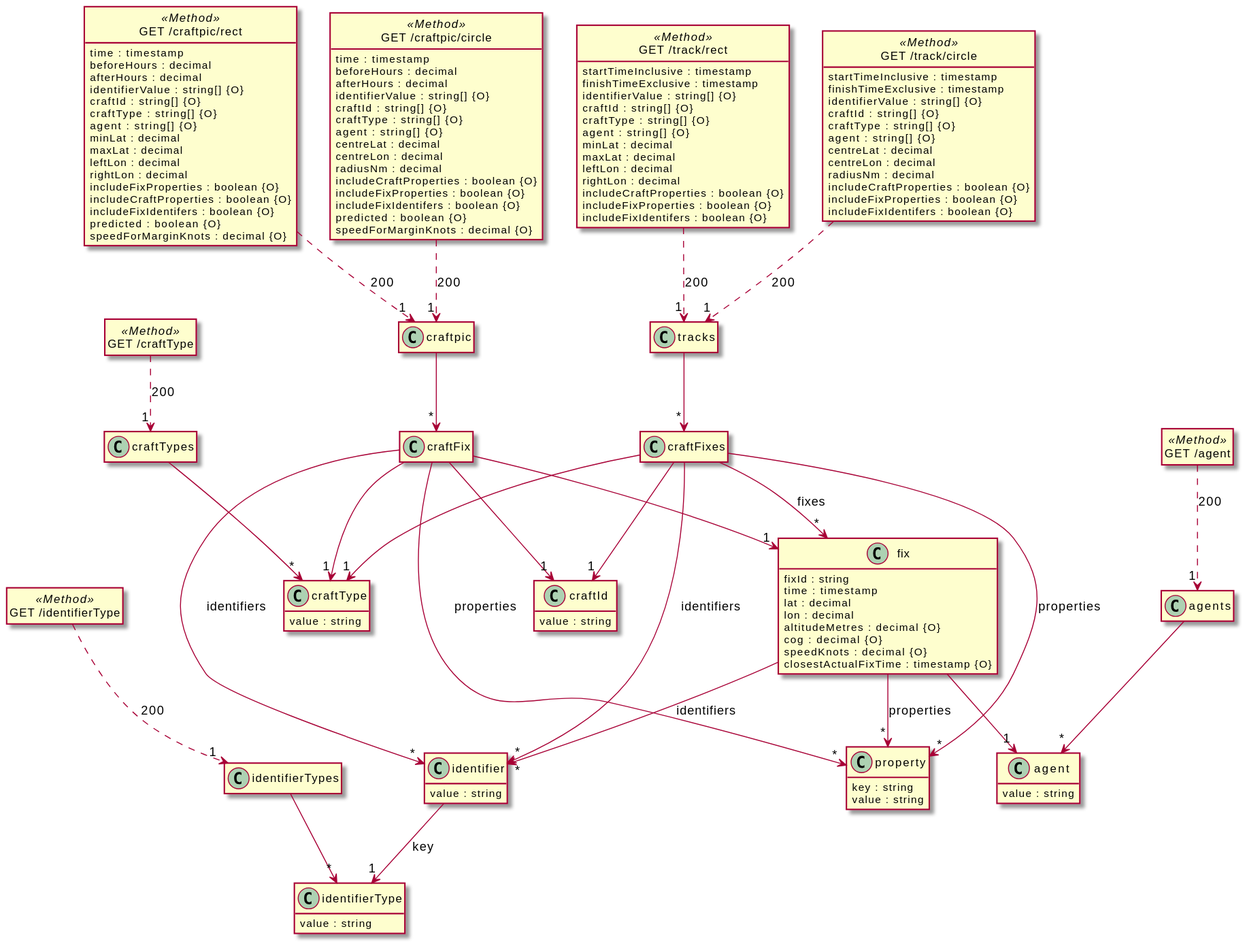
Before: src/docs/openapi-example.svg, a diagram exported from PlantUML (davidmoten/openapi-to-plantuml).
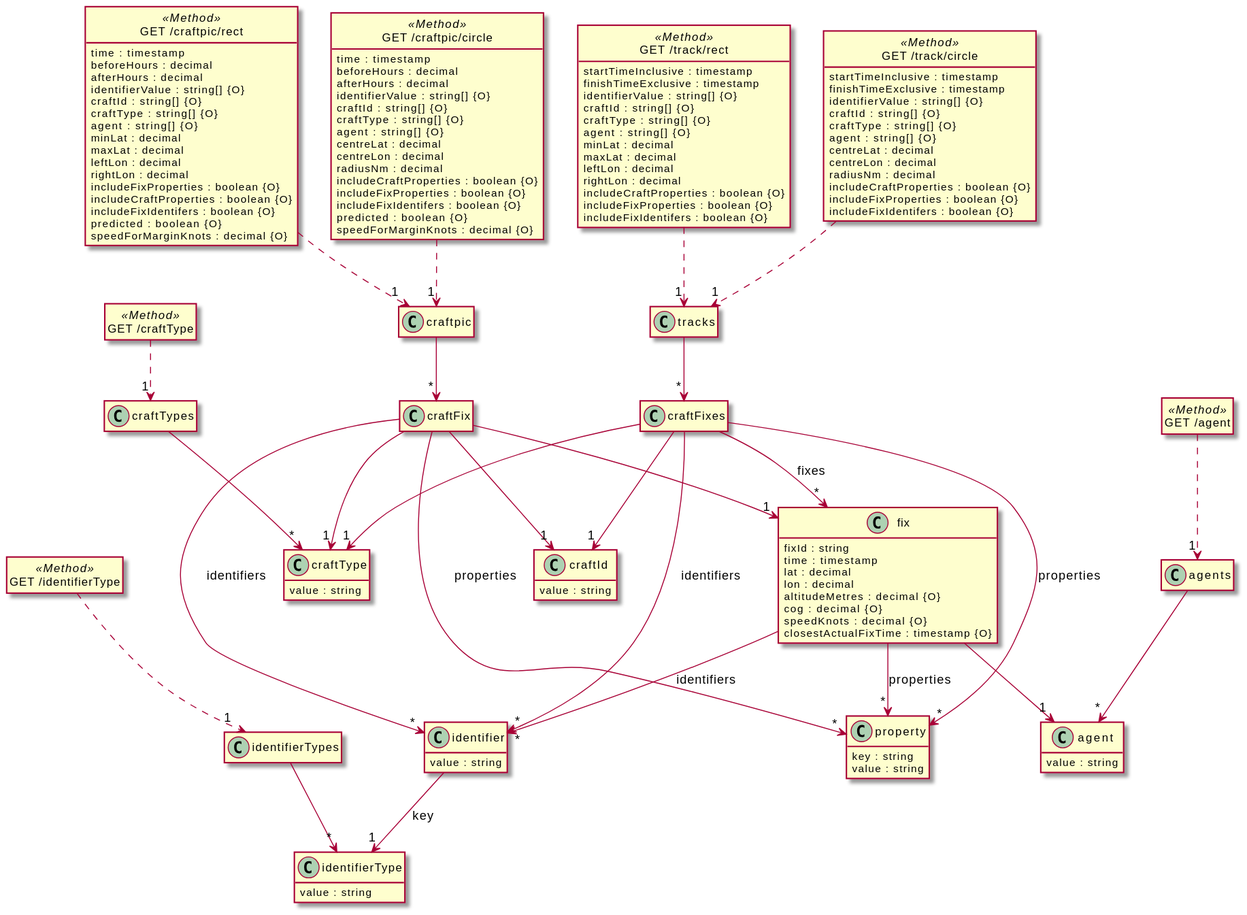
After the commit.

What changed in the source:
```diff
@@ -176,18 +176,18 @@
 
 "fix" --> "*" "identifier" : "identifiers"
 
-"GET /agent" ..> "1" "agents" : "200"
+"GET /agent" ..> "1" "agents"
 
-"GET /craftType" ..> "1" "craftTypes" : "200"
+"GET /craftType" ..> "1" "craftTypes"
 
-"GET /identifierType" ..> "1" "identifierTypes" : "200"
+"GET /identifierType" ..> "1" "identifierTypes"
 
-"GET /track/rect" ..> "1" "tracks" : "200"
+"GET /track/rect" ..> "1" "tracks"
 
-"GET /track/circle" ..> "1" "tracks" : "200"
+"GET /track/circle" ..> "1" "tracks"
 
-"GET /craftpic/rect" ..> "1" "craftpic" : "200"
+"GET /craftpic/rect" ..> "1" "craftpic"
 
-"GET /craftpic/circle" ..> "1" "craftpic" : "200"
+"GET /craftpic/circle" ..> "1" "craftpic"
 
 @enduml
```
